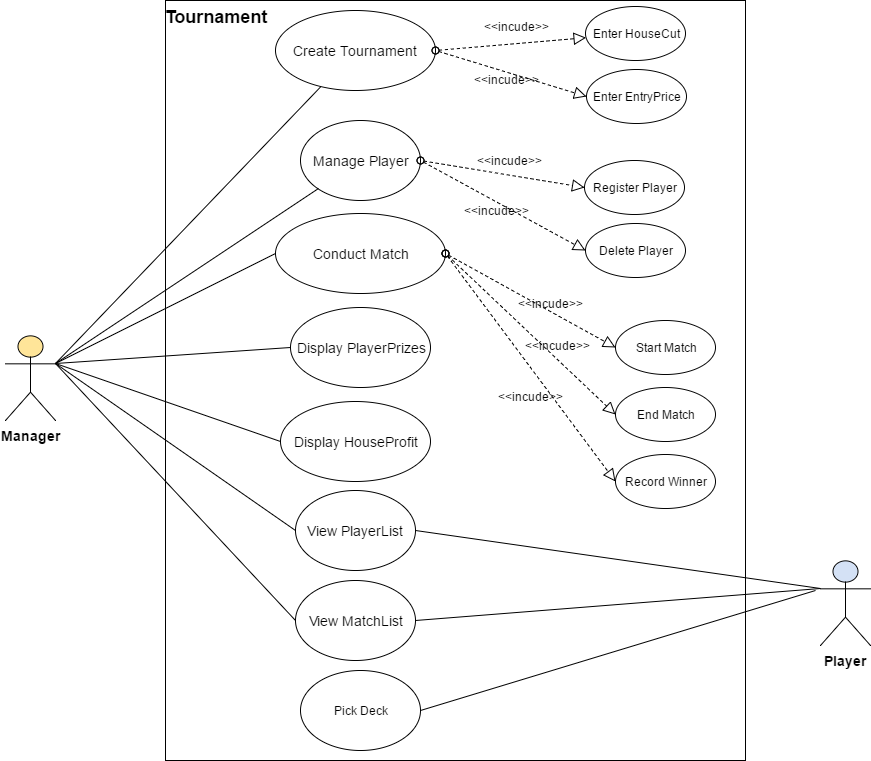
Above: GroupProject/Docs/Supporting Files/UseCase.png in ywang412/Android_TournamentManager (draw.io), before the change. Source tidied: cells renumbered, new cells last; positions are measured from the earlier drawing's top-left corner, leaving out a move shared by most shapes.
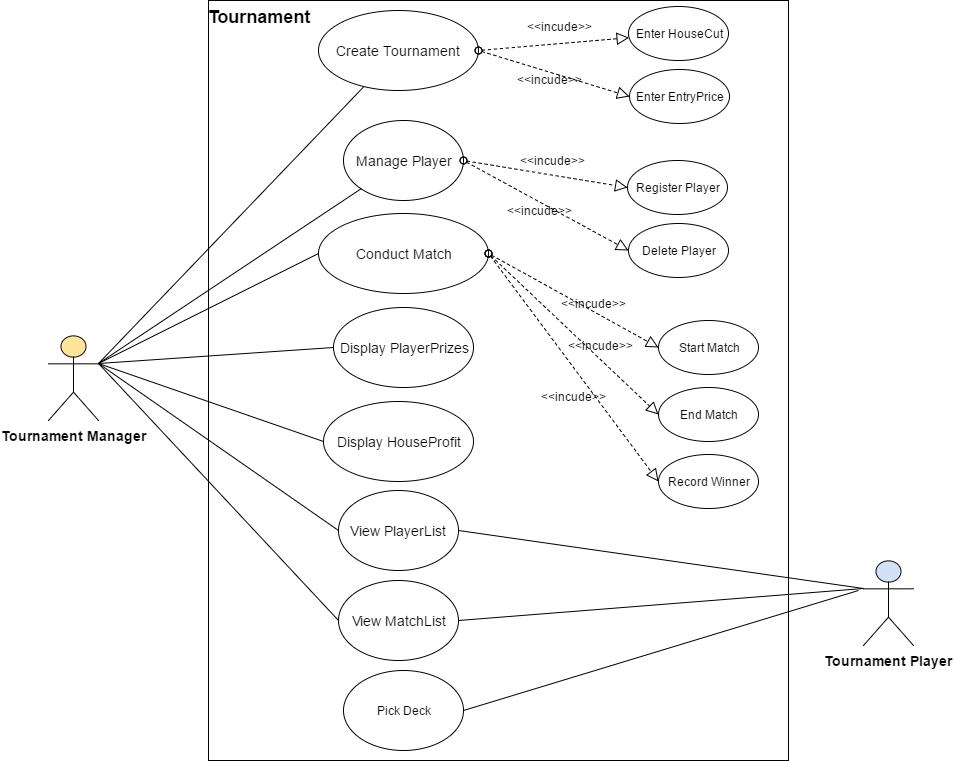
The same file after the commit.

Diff of the diagram source:
```diff
@@ -2,10 +2,10 @@
   <root>
     <mxCell id="0" />
     <mxCell id="1" parent="0" />
-    <mxCell id="2" value="&lt;font style=&quot;font-size: 14px&quot;&gt;&lt;b&gt;Manager&lt;/b&gt;&lt;/font&gt;" style="shape=umlActor;verticalLabelPosition=bottom;labelBackgroundColor=#ffffff;verticalAlign=top;html=1;fillColor=#FFE599;" parent="1" vertex="1">
+    <mxCell id="2" value="&lt;font style=&quot;font-size: 14px&quot;&gt;&lt;b&gt;Tournament Manager&lt;/b&gt;&lt;/font&gt;" style="shape=umlActor;verticalLabelPosition=bottom;labelBackgroundColor=#ffffff;verticalAlign=top;html=1;fillColor=#FFE599;" parent="1" vertex="1">
       <mxGeometry y="335" width="50" height="85" as="geometry" />
     </mxCell>
-    <mxCell id="3" value="&lt;font style=&quot;font-size: 14px&quot;&gt;&lt;b&gt;Player&lt;/b&gt;&lt;/font&gt;" style="shape=umlActor;verticalLabelPosition=bottom;labelBackgroundColor=#ffffff;verticalAlign=top;html=1;fillColor=#D4E1F5;" parent="1" vertex="1">
+    <mxCell id="3" value="&lt;font style=&quot;font-size: 14px&quot;&gt;&lt;b&gt;Tournament Player&lt;/b&gt;&lt;/font&gt;" style="shape=umlActor;verticalLabelPosition=bottom;labelBackgroundColor=#ffffff;verticalAlign=top;html=1;fillColor=#D4E1F5;" parent="1" vertex="1">
       <mxGeometry x="815" y="560" width="50" height="85" as="geometry" />
     </mxCell>
     <mxCell id="4" style="whiteSpace=wrap;html=1;" parent="1" vertex="1">
```
